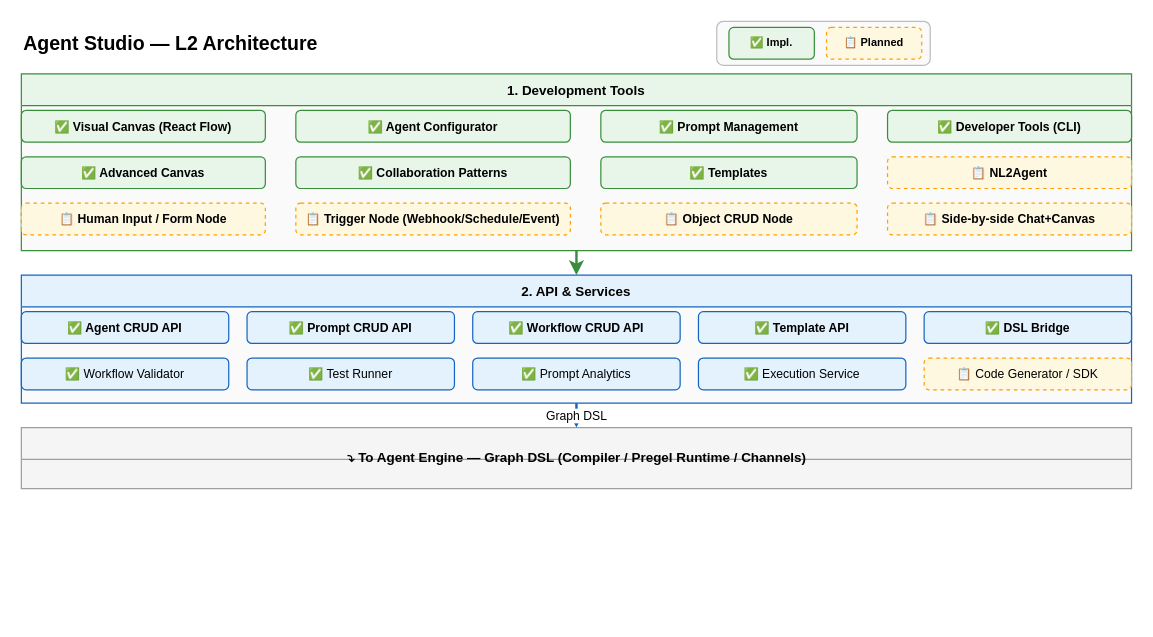
Before: docs/design/hardware/agent-studio-l2.drawio in xueyufish/hecate, a draw.io diagram. Source tidied: cells renumbered, new cells numbered last; positions are measured from the earlier drawing's top-left corner, leaving out a move shared by most shapes. Both pictures are drawn from the tidied source at 122%, with x=0, y=0 at pixel (21, 21).
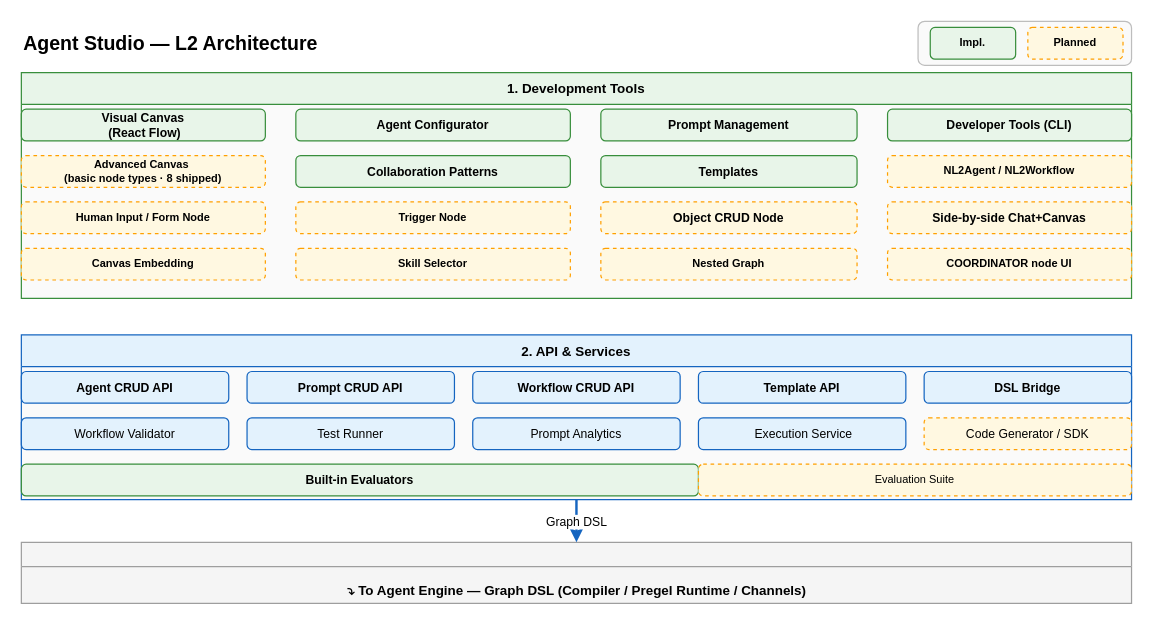
Above is the later version.

What changed in the source:
```diff
@@
     <mxCell id="2" style="rounded=1;whiteSpace=wrap;html=1;fillColor=#FAFAFA;strokeColor=#BDBDBD;strokeWidth=1;" parent="1" vertex="1">
-      <mxGeometry x="570" width="175" height="36" as="geometry" />
+      <mxGeometry x="735" width="175" height="36" as="geometry" />
     </mxCell>
-    <mxCell id="3" value="✅ Impl." style="rounded=1;whiteSpace=wrap;html=1;fillColor=#E8F5E9;strokeColor=#388E3C;fontSize=9;fontStyle=1;" parent="1" vertex="1">
-      <mxGeometry x="580" y="5" width="70" height="26" as="geometry" />
+    <mxCell id="3" value="Impl." style="rounded=1;whiteSpace=wrap;html=1;fillColor=#E8F5E9;strokeColor=#388E3C;fontSize=9;fontStyle=1;" parent="1" vertex="1">
+      <mxGeometry x="745" y="5" width="70" height="26" as="geometry" />
     </mxCell>
-    <mxCell id="4" value="📋 Planned" style="rounded=1;whiteSpace=wrap;html=1;fillColor=#FFF8E1;strokeColor=#FFA000;fontSize=9;fontStyle=1;dashed=1;" parent="1" vertex="1">
-      <mxGeometry x="660" y="5" width="78" height="26" as="geometry" />
+    <mxCell id="4" value="Planned" style="rounded=1;whiteSpace=wrap;html=1;fillColor=#FFF8E1;strokeColor=#FFA000;fontSize=9;fontStyle=1;dashed=1;" parent="1" vertex="1">
+      <mxGeometry x="825" y="5" width="78" height="26" as="geometry" />
     </mxCell>
@@
     <mxCell id="6" value="1. Development Tools" style="swimlane;startSize=26;fillColor=#E8F5E9;strokeColor=#388E3C;fontSize=11;fontStyle=1;swimlaneFillColor=#FAFAFA;" parent="1" vertex="1">
-      <mxGeometry y="43" width="910" height="145" as="geometry" />
+      <mxGeometry y="42" width="910" height="185" as="geometry" />
     </mxCell>
-    <mxCell id="7" value="✅ Visual Canvas (React Flow)" style="rounded=1;whiteSpace=wrap;html=1;fillColor=#E8F5E9;strokeColor=#388E3C;fontSize=10;fontStyle=1;" parent="6" vertex="1">
+    <mxCell id="7" value="Visual Canvas&lt;div&gt;&amp;nbsp;(React Flow)&lt;/div&gt;" style="rounded=1;whiteSpace=wrap;html=1;fillColor=#E8F5E9;strokeColor=#388E3C;fontSize=10;fontStyle=1;" parent="6" vertex="1">
       <mxGeometry y="30" width="200" height="26" as="geometry" />
     </mxCell>
-    <mxCell id="8" value="✅ Agent Configurator" style="rounded=1;whiteSpace=wrap;html=1;fillColor=#E8F5E9;strokeColor=#388E3C;fontSize=10;fontStyle=1;" parent="6" vertex="1">
+    <mxCell id="8" value="Agent Configurator" style="rounded=1;whiteSpace=wrap;html=1;fillColor=#E8F5E9;strokeColor=#388E3C;fontSize=10;fontStyle=1;" parent="6" vertex="1">
       <mxGeometry x="225" y="30" width="225" height="26" as="geometry" />
     </mxCell>
-    <mxCell id="9" value="✅ Prompt Management" style="rounded=1;whiteSpace=wrap;html=1;fillColor=#E8F5E9;strokeColor=#388E3C;fontSize=10;fontStyle=1;" parent="6" vertex="1">
+    <mxCell id="9" value="Prompt Management" style="rounded=1;whiteSpace=wrap;html=1;fillColor=#E8F5E9;strokeColor=#388E3C;fontSize=10;fontStyle=1;" parent="6" vertex="1">
       <mxGeometry x="475" y="30" width="210" height="26" as="geometry" />
     </mxCell>
-    <mxCell id="10" value="✅ Developer Tools (CLI)" style="rounded=1;whiteSpace=wrap;html=1;fillColor=#E8F5E9;strokeColor=#388E3C;fontSize=10;fontStyle=1;" parent="6" vertex="1">
+    <mxCell id="10" value="Developer Tools (CLI)" style="rounded=1;whiteSpace=wrap;html=1;fillColor=#E8F5E9;strokeColor=#388E3C;fontSize=10;fontStyle=1;" parent="6" vertex="1">
       <mxGeometry x="710" y="30" width="200" height="26" as="geometry" />
     </mxCell>
-    <mxCell id="11" value="✅ Advanced Canvas" style="rounded=1;whiteSpace=wrap;html=1;fillColor=#E8F5E9;strokeColor=#388E3C;fontSize=10;fontStyle=1;" parent="6" vertex="1">
+    <mxCell id="11" value="Advanced Canvas&amp;nbsp;&lt;div&gt;(basic node types · 8 shipped)&lt;/div&gt;" style="rounded=1;whiteSpace=wrap;html=1;fillColor=#FFF8E1;strokeColor=#FFA000;fontSize=9;fontStyle=1;dashed=1;" parent="6" vertex="1">
       <mxGeometry y="68" width="200" height="26" as="geometry" />
     </mxCell>
-    <mxCell id="12" value="✅ Collaboration Patterns" style="rounded=1;whiteSpace=wrap;html=1;fillColor=#E8F5E9;strokeColor=#388E3C;fontSize=10;fontStyle=1;" parent="6" vertex="1">
+    <mxCell id="12" value="Collaboration Patterns" style="rounded=1;whiteSpace=wrap;html=1;fillColor=#E8F5E9;strokeColor=#388E3C;fontSize=10;fontStyle=1;" parent="6" vertex="1">
       <mxGeometry x="225" y="68" width="225" height="26" as="geometry" />
     </mxCell>
-    <mxCell id="13" value="✅ Templates" style="rounded=1;whiteSpace=wrap;html=1;fillColor=#E8F5E9;strokeColor=#388E3C;fontSize=10;fontStyle=1;" parent="6" vertex="1">
+    <mxCell id="13" value="Templates" style="rounded=1;whiteSpace=wrap;html=1;fillColor=#E8F5E9;strokeColor=#388E3C;fontSize=10;fontStyle=1;" parent="6" vertex="1">
       <mxGeometry x="475" y="68" width="210" height="26" as="geometry" />
     </mxCell>
-    <mxCell id="14" value="📋 NL2Agent" style="rounded=1;whiteSpace=wrap;html=1;fillColor=#FFF8E1;strokeColor=#FFA000;fontSize=10;fontStyle=1;dashed=1;" parent="6" vertex="1">
+    <mxCell id="14" value="NL2Agent / NL2Workflow" style="rounded=1;whiteSpace=wrap;html=1;fillColor=#FFF8E1;strokeColor=#FFA000;fontSize=9;fontStyle=1;dashed=1;" parent="6" vertex="1">
       <mxGeometry x="710" y="68" width="200" height="26" as="geometry" />
     </mxCell>
-    <mxCell id="15" value="📋 Human Input / Form Node" style="rounded=1;whiteSpace=wrap;html=1;fillColor=#FFF8E1;strokeColor=#FFA000;fontSize=10;fontStyle=1;dashed=1;" parent="6" vertex="1">
+    <mxCell id="15" value="Human Input / Form Node" style="rounded=1;whiteSpace=wrap;html=1;fillColor=#FFF8E1;strokeColor=#FFA000;fontSize=9;fontStyle=1;dashed=1;" parent="6" vertex="1">
       <mxGeometry y="106" width="200" height="26" as="geometry" />
     </mxCell>
-    <mxCell id="16" value="📋 Trigger Node (Webhook/Schedule/Event)" style="rounded=1;whiteSpace=wrap;html=1;fillColor=#FFF8E1;strokeColor=#FFA000;fontSize=10;fontStyle=1;dashed=1;" parent="6" vertex="1">
+    <mxCell id="16" value="Trigger Node" style="rounded=1;whiteSpace=wrap;html=1;fillColor=#FFF8E1;strokeColor=#FFA000;fontSize=9;fontStyle=1;dashed=1;" parent="6" vertex="1">
       <mxGeometry x="225" y="106" width="225" height="26" as="geometry" />
     </mxCell>
-    <mxCell id="17" value="📋 Object CRUD Node" style="rounded=1;whiteSpace=wrap;html=1;fillColor=#FFF8E1;strokeColor=#FFA000;fontSize=10;fontStyle=1;dashed=1;" parent="6" vertex="1">
+    <mxCell id="17" value="Object CRUD Node" style="rounded=1;whiteSpace=wrap;html=1;fillColor=#FFF8E1;strokeColor=#FFA000;fontSize=10;fontStyle=1;dashed=1;" parent="6" vertex="1">
       <mxGeometry x="475" y="106" width="210" height="26" as="geometry" />
     </mxCell>
-    <mxCell id="18" value="📋 Side-by-side Chat+Canvas" style="rounded=1;whiteSpace=wrap;html=1;fillColor=#FFF8E1;strokeColor=#FFA000;fontSize=10;fontStyle=1;dashed=1;" parent="6" vertex="1">
+    <mxCell id="18" value="Side-by-side Chat+Canvas" style="rounded=1;whiteSpace=wrap;html=1;fillColor=#FFF8E1;strokeColor=#FFA000;fontSize=10;fontStyle=1;dashed=1;" parent="6" vertex="1">
       <mxGeometry x="710" y="106" width="200" height="26" as="geometry" />
     </mxCell>
+    <mxCell id="34" value="Canvas Embedding" style="rounded=1;whiteSpace=wrap;html=1;fillColor=#FFF8E1;strokeColor=#FFA000;fontSize=9;fontStyle=1;dashed=1;" parent="6" vertex="1">
+      <mxGeometry y="144" width="200" height="26" as="geometry" />
+    </mxCell>
+    <mxCell id="35" value="Skill Selector" style="rounded=1;whiteSpace=wrap;html=1;fillColor=#FFF8E1;strokeColor=#FFA000;fontSize=9;fontStyle=1;dashed=1;" parent="6" vertex="1">
+      <mxGeometry x="225" y="144" width="225" height="26" as="geometry" />
+    </mxCell>
+    <mxCell id="36" value="Nested Graph" style="rounded=1;whiteSpace=wrap;html=1;fillColor=#FFF8E1;strokeColor=#FFA000;fontSize=9;fontStyle=1;dashed=1;" parent="6" vertex="1">
+      <mxGeometry x="475" y="144" width="210" height="26" as="geometry" />
+    </mxCell>
+    <mxCell id="37" value="COORDINATOR node UI" style="rounded=1;whiteSpace=wrap;html=1;fillColor=#FFF8E1;strokeColor=#FFA000;fontSize=9;fontStyle=1;dashed=1;" parent="6" vertex="1">
+      <mxGeometry x="710" y="144" width="200" height="26" as="geometry" />
+    </mxCell>
     <mxCell id="19" value="2. API &amp; Services" style="swimlane;startSize=26;fillColor=#E3F2FD;strokeColor=#1565C0;fontSize=11;fontStyle=1;swimlaneFillColor=#FAFAFA;" parent="1" vertex="1">
-      <mxGeometry y="208" width="910" height="105" as="geometry" />
+      <mxGeometry y="257" width="910" height="135" as="geometry" />
     </mxCell>
-    <mxCell id="20" value="✅ Agent CRUD API" style="rounded=1;whiteSpace=wrap;html=1;fillColor=#E3F2FD;strokeColor=#1565C0;fontSize=10;fontStyle=1;" parent="19" vertex="1">
+    <mxCell id="20" value="Agent CRUD API" style="rounded=1;whiteSpace=wrap;html=1;fillColor=#E3F2FD;strokeColor=#1565C0;fontSize=10;fontStyle=1;" parent="19" vertex="1">
       <mxGeometry y="30" width="170" height="26" as="geometry" />
     </mxCell>
-    <mxCell id="21" value="✅ Prompt CRUD API" style="rounded=1;whiteSpace=wrap;html=1;fillColor=#E3F2FD;strokeColor=#1565C0;fontSize=10;fontStyle=1;" parent="19" vertex="1">
+    <mxCell id="21" value="Prompt CRUD API" style="rounded=1;whiteSpace=wrap;html=1;fillColor=#E3F2FD;strokeColor=#1565C0;fontSize=10;fontStyle=1;" parent="19" vertex="1">
       <mxGeometry x="185" y="30" width="170" height="26" as="geometry" />
     </mxCell>
-    <mxCell id="22" value="✅ Workflow CRUD API" style="rounded=1;whiteSpace=wrap;html=1;fillColor=#E3F2FD;strokeColor=#1565C0;fontSize=10;fontStyle=1;" parent="19" vertex="1">
+    <mxCell id="22" value="Workflow CRUD API" style="rounded=1;whiteSpace=wrap;html=1;fillColor=#E3F2FD;strokeColor=#1565C0;fontSize=10;fontStyle=1;" parent="19" vertex="1">
       <mxGeometry x="370" y="30" width="170" height="26" as="geometry" />
     </mxCell>
-    <mxCell id="23" value="✅ Template API" style="rounded=1;whiteSpace=wrap;html=1;fillColor=#E3F2FD;strokeColor=#1565C0;fontSize=10;fontStyle=1;" parent="19" vertex="1">
+    <mxCell id="23" value="Template API" style="rounded=1;whiteSpace=wrap;html=1;fillColor=#E3F2FD;strokeColor=#1565C0;fontSize=10;fontStyle=1;" parent="19" vertex="1">
       <mxGeometry x="555" y="30" width="170" height="26" as="geometry" />
     </mxCell>
-    <mxCell id="24" value="✅ DSL Bridge" style="rounded=1;whiteSpace=wrap;html=1;fillColor=#E3F2FD;strokeColor=#1565C0;fontSize=10;fontStyle=1;" parent="19" vertex="1">
+    <mxCell id="24" value="DSL Bridge" style="rounded=1;whiteSpace=wrap;html=1;fillColor=#E3F2FD;strokeColor=#1565C0;fontSize=10;fontStyle=1;" parent="19" vertex="1">
       <mxGeometry x="740" y="30" width="170" height="26" as="geometry" />
     </mxCell>
-    <mxCell id="25" value="✅ Workflow Validator" style="rounded=1;whiteSpace=wrap;html=1;fillColor=#E3F2FD;strokeColor=#1565C0;fontSize=10;" parent="19" vertex="1">
+    <mxCell id="25" value="Workflow Validator" style="rounded=1;whiteSpace=wrap;html=1;fillColor=#E3F2FD;strokeColor=#1565C0;fontSize=10;" parent="19" vertex="1">
       <mxGeometry y="68" width="170" height="26" as="geometry" />
     </mxCell>
-    <mxCell id="26" value="✅ Test Runner" style="rounded=1;whiteSpace=wrap;html=1;fillColor=#E3F2FD;strokeColor=#1565C0;fontSize=10;" parent="19" vertex="1">
+    <mxCell id="26" value="Test Runner" style="rounded=1;whiteSpace=wrap;html=1;fillColor=#E3F2FD;strokeColor=#1565C0;fontSize=10;" parent="19" vertex="1">
       <mxGeometry x="185" y="68" width="170" height="26" as="geometry" />
     </mxCell>
-    <mxCell id="27" value="✅ Prompt Analytics" style="rounded=1;whiteSpace=wrap;html=1;fillColor=#E3F2FD;strokeColor=#1565C0;fontSize=10;" parent="19" vertex="1">
+    <mxCell id="27" value="Prompt Analytics" style="rounded=1;whiteSpace=wrap;html=1;fillColor=#E3F2FD;strokeColor=#1565C0;fontSize=10;" parent="19" vertex="1">
       <mxGeometry x="370" y="68" width="170" height="26" as="geometry" />
     </mxCell>
-    <mxCell id="28" value="✅ Execution Service" style="rounded=1;whiteSpace=wrap;html=1;fillColor=#E3F2FD;strokeColor=#1565C0;fontSize=10;" parent="19" vertex="1">
+    <mxCell id="28" value="&amp;nbsp;Execution Service" style="rounded=1;whiteSpace=wrap;html=1;fillColor=#E3F2FD;strokeColor=#1565C0;fontSize=10;" parent="19" vertex="1">
       <mxGeometry x="555" y="68" width="170" height="26" as="geometry" />
     </mxCell>
-    <mxCell id="29" value="📋 Code Generator / SDK" style="rounded=1;whiteSpace=wrap;html=1;fillColor=#FFF8E1;strokeColor=#FFA000;fontSize=10;dashed=1;" parent="19" vertex="1">
+    <mxCell id="29" value="Code Generator / SDK" style="rounded=1;whiteSpace=wrap;html=1;fillColor=#FFF8E1;strokeColor=#FFA000;fontSize=10;dashed=1;" parent="19" vertex="1">
       <mxGeometry x="740" y="68" width="170" height="26" as="geometry" />
     </mxCell>
+    <mxCell id="38" value="Built-in Evaluators" style="rounded=1;whiteSpace=wrap;html=1;fillColor=#E8F5E9;strokeColor=#388E3C;fontSize=10;fontStyle=1;" parent="19" vertex="1">
+      <mxGeometry y="106" width="555" height="26" as="geometry" />
+    </mxCell>
+    <mxCell id="39" value="Evaluation Suite" style="rounded=1;whiteSpace=wrap;html=1;fillColor=#FFF8E1;strokeColor=#FFA000;fontSize=9;dashed=1;" parent="19" vertex="1">
+      <mxGeometry x="555" y="106" width="355" height="26" as="geometry" />
+    </mxCell>
-    <mxCell id="30" style="swimlane;startSize=26;fillColor=#F5F5F5;strokeColor=#9E9E9E;fontSize=11;fontStyle=1;swimlaneFillColor=#F5F5F5;" parent="1" vertex="1">
-      <mxGeometry y="333" width="910" height="50" as="geometry" />
+    <mxCell id="30" style="swimlane;startSize=20;fillColor=#F5F5F5;strokeColor=#9E9E9E;fontSize=11;fontStyle=1;swimlaneFillColor=#F5F5F5;" parent="1" vertex="1">
+      <mxGeometry y="427" width="910" height="50" as="geometry" />
     </mxCell>
     <mxCell id="31" value="⤵  To Agent Engine — Graph DSL (Compiler / Pregel Runtime / Channels)" style="text;html=1;fontSize=11;fontStyle=1;align=center;verticalAlign=middle;fillColor=none;strokeColor=none;" parent="30" vertex="1">
-      <mxGeometry x="155" y="5" width="600" height="40" as="geometry" />
+      <mxGeometry x="155" y="20" width="600" height="40" as="geometry" />
     </mxCell>
-    <mxCell id="32" style="edgeStyle=orthogonalEdgeStyle;rounded=1;jettySize=auto;html=1;strokeColor=#388E3C;strokeWidth=2;exitX=0.5;exitY=1;exitDx=0;exitDy=0;entryX=0.5;entryY=0;entryDx=0;entryDy=0;" parent="1" edge="1" source="6" target="19">
-      <mxGeometry relative="1" as="geometry" />
-    </mxCell>
```
